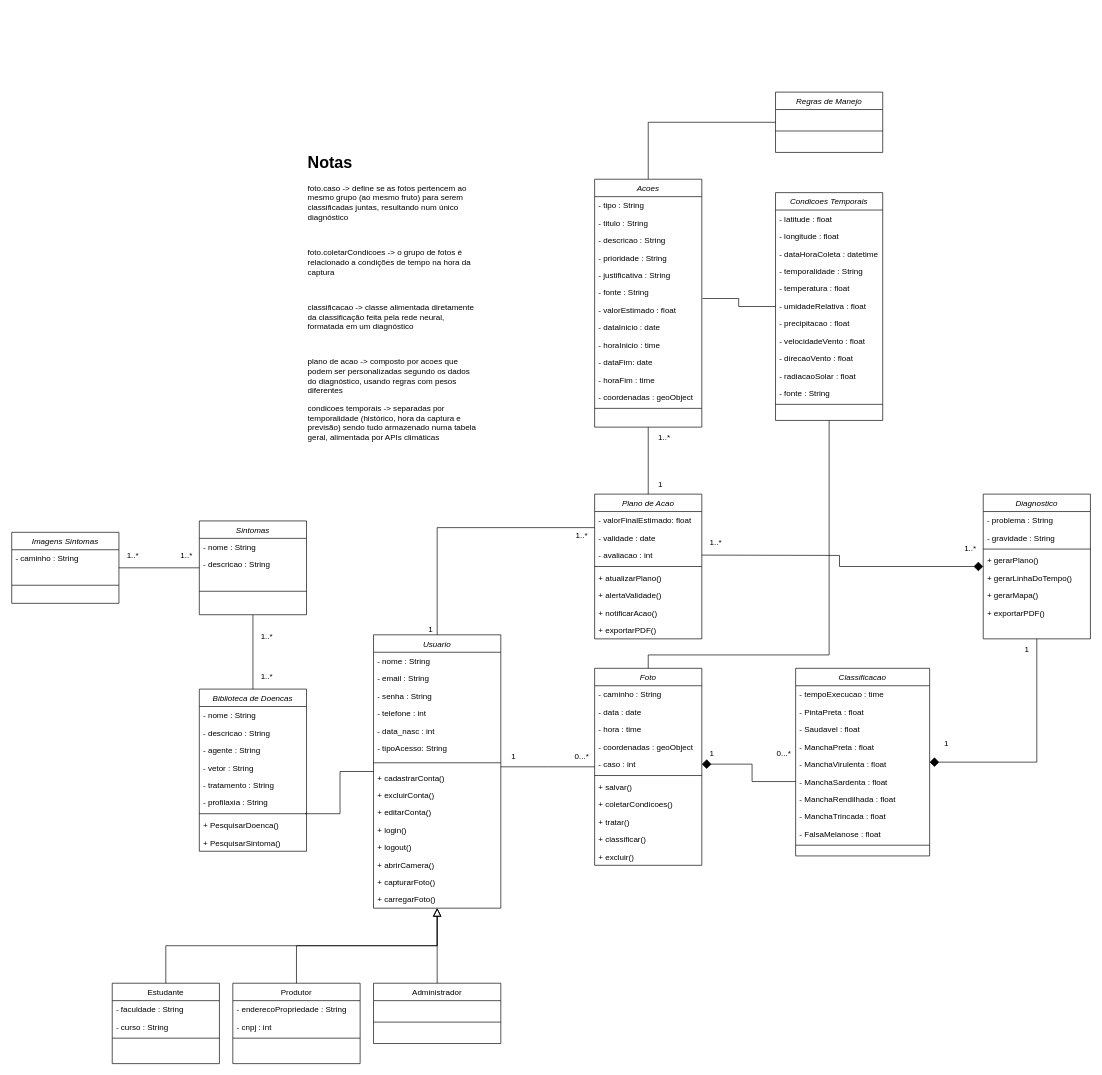
Earlier version of the draw.io diagram uml/classes_blackspot.drawio (guilhermexmada/pi-ponskan). Source tidied: cells renumbered, new cells numbered last; positions are measured from the earlier drawing's top-left corner, leaving out a move shared by most shapes. Both pictures are drawn from the tidied source at 67%, with x=0, y=0 at pixel (11, 92).
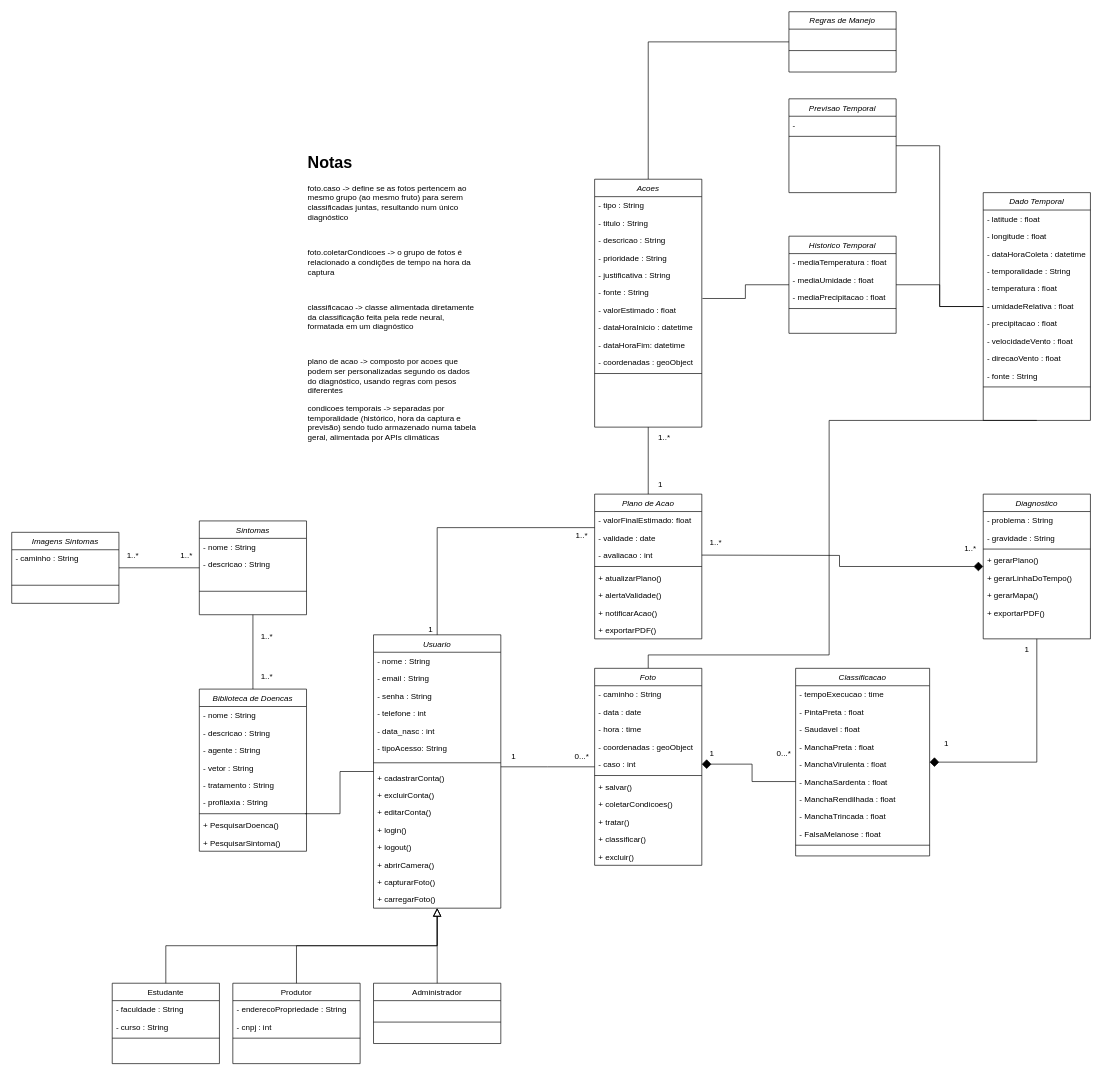
The same diagram, later.

The change refers to these unchanged cells:
```xml
<mxCell id="86" value="Acoes" style="swimlane;fontStyle=2;align=center;verticalAlign=top;horizontal=1;startSize=26;rounded=0;shadow=0;strokeWidth=1;" parent="1" vertex="1">
  <mxGeometry x="870" y="130" width="160" height="370" as="geometry" />
</mxCell>
<mxCell id="92" value="- fonte : String" style="text;align=left;verticalAlign=top;spacingLeft=4;spacingRight=4;overflow=hidden;points=[[0,0.5],[1,0.5]];portConstraint=eastwest;" parent="86" vertex="1">
  <mxGeometry y="156" width="160" height="26" as="geometry" />
</mxCell>
```

Diff of the diagram source:
```diff
@@
-    <mxCell id="94" value="- dataInicio : date" style="text;align=left;verticalAlign=top;spacingLeft=4;spacingRight=4;overflow=hidden;" parent="86" vertex="1">
+    <mxCell id="94" value="- dataHoraInicio : datetime" style="text;align=left;verticalAlign=top;spacingLeft=4;spacingRight=4;overflow=hidden;" parent="86" vertex="1">
       <mxGeometry y="208" width="160" height="26" as="geometry" />
     </mxCell>
-    <mxCell id="95" value="- horaInicio : time" style="text;align=left;verticalAlign=top;spacingLeft=4;spacingRight=4;overflow=hidden;" parent="86" vertex="1">
-      <mxGeometry y="234" width="160" height="26" as="geometry" />
-    </mxCell>
-    <mxCell id="96" value="- dataFim: date" style="text;align=left;verticalAlign=top;spacingLeft=4;spacingRight=4;overflow=hidden;" parent="86" vertex="1">
-      <mxGeometry y="260" width="160" height="26" as="geometry" />
+    <mxCell id="96" value="- dataHoraFim: datetime" style="text;align=left;verticalAlign=top;spacingLeft=4;spacingRight=4;overflow=hidden;" parent="86" vertex="1">
+      <mxGeometry y="234" width="160" height="26" as="geometry" />
     </mxCell>
-    <mxCell id="97" value="- horaFim : time" style="text;align=left;verticalAlign=top;spacingLeft=4;spacingRight=4;overflow=hidden;" parent="86" vertex="1">
-      <mxGeometry y="286" width="160" height="26" as="geometry" />
-    </mxCell>
     <mxCell id="98" value="- coordenadas : geoObject" style="text;align=left;verticalAlign=top;spacingLeft=4;spacingRight=4;overflow=hidden;" parent="86" vertex="1">
-      <mxGeometry y="312" width="160" height="26" as="geometry" />
+      <mxGeometry y="260" width="160" height="26" as="geometry" />
     </mxCell>
     <mxCell id="99" style="line;html=1;strokeWidth=1;align=left;verticalAlign=middle;spacingTop=-1;spacingLeft=3;spacingRight=3;labelPosition=right;" parent="86" vertex="1">
-      <mxGeometry y="338" width="160" height="8" as="geometry" />
+      <mxGeometry y="286" width="160" height="8" as="geometry" />
     </mxCell>
+    <mxCell id="146" style="edgeStyle=orthogonalEdgeStyle;rounded=0;jettySize=auto;html=1;endArrow=none;endFill=0;" parent="1" edge="1" source="100" target="153">
+      <mxGeometry relative="1" as="geometry" />
+    </mxCell>
-    <mxCell id="100" value="Condicoes Temporais" style="swimlane;fontStyle=2;align=center;verticalAlign=top;horizontal=1;startSize=26;rounded=0;shadow=0;strokeWidth=1;" parent="1" vertex="1">
-      <mxGeometry x="1140" y="150" width="160" height="340" as="geometry" />
+    <mxCell id="100" value="Dado Temporal" style="swimlane;fontStyle=2;align=center;verticalAlign=top;horizontal=1;startSize=26;rounded=0;shadow=0;strokeWidth=1;" parent="1" vertex="1">
+      <mxGeometry x="1450" y="150" width="160" height="340" as="geometry" />
     </mxCell>
@@
-    <mxCell id="110" value="- radiacaoSolar : float" style="text;align=left;verticalAlign=top;spacingLeft=4;spacingRight=4;overflow=hidden;" parent="100" vertex="1">
-      <mxGeometry y="260" width="160" height="26" as="geometry" />
-    </mxCell>
     <mxCell id="111" value="- fonte : String" style="text;align=left;verticalAlign=top;spacingLeft=4;spacingRight=4;overflow=hidden;" parent="100" vertex="1">
-      <mxGeometry y="286" width="160" height="26" as="geometry" />
+      <mxGeometry y="260" width="160" height="26" as="geometry" />
     </mxCell>
     <mxCell id="112" style="line;html=1;strokeWidth=1;align=left;verticalAlign=middle;spacingTop=-1;spacingLeft=3;spacingRight=3;labelPosition=right;" parent="100" vertex="1">
-      <mxGeometry y="312" width="160" height="8" as="geometry" />
+      <mxGeometry y="286" width="160" height="8" as="geometry" />
     </mxCell>
-    <mxCell id="113" style="edgeStyle=orthogonalEdgeStyle;rounded=0;jettySize=auto;html=1;entryX=1.006;entryY=0.846;entryDx=0;entryDy=0;entryPerimeter=0;endArrow=none;endFill=0;" parent="1" edge="1" source="100" target="92">
+    <mxCell id="113" style="edgeStyle=orthogonalEdgeStyle;rounded=0;jettySize=auto;html=1;entryX=1.006;entryY=0.846;entryDx=0;entryDy=0;entryPerimeter=0;endArrow=none;endFill=0;" parent="1" edge="1" source="148" target="92">
       <mxGeometry relative="1" as="geometry" />
     </mxCell>
@@
     <mxCell id="116" value="Regras de Manejo" style="swimlane;fontStyle=2;align=center;verticalAlign=top;horizontal=1;startSize=26;rounded=0;shadow=0;strokeWidth=1;" parent="1" vertex="1">
-      <mxGeometry x="1140" width="160" height="90" as="geometry" />
+      <mxGeometry x="1160" y="-120" width="160" height="90" as="geometry" />
     </mxCell>
@@
+    <mxCell id="147" style="edgeStyle=orthogonalEdgeStyle;rounded=0;jettySize=auto;html=1;endArrow=none;endFill=0;" parent="1" edge="1" source="148" target="100">
+      <mxGeometry relative="1" as="geometry" />
+    </mxCell>
+    <mxCell id="148" value="Historico Temporal" style="swimlane;fontStyle=2;align=center;verticalAlign=top;horizontal=1;startSize=26;rounded=0;shadow=0;strokeWidth=1;" parent="1" vertex="1">
+      <mxGeometry x="1160" y="215" width="160" height="145" as="geometry" />
+    </mxCell>
+    <mxCell id="149" value="- mediaTemperatura : float" style="text;align=left;verticalAlign=top;spacingLeft=4;spacingRight=4;overflow=hidden;" parent="148" vertex="1">
+      <mxGeometry y="26" width="160" height="26" as="geometry" />
+    </mxCell>
+    <mxCell id="150" value="- mediaUmidade : float" style="text;align=left;verticalAlign=top;spacingLeft=4;spacingRight=4;overflow=hidden;" parent="148" vertex="1">
+      <mxGeometry y="52" width="160" height="26" as="geometry" />
+    </mxCell>
+    <mxCell id="151" value="- mediaPrecipitacao : float" style="text;align=left;verticalAlign=top;spacingLeft=4;spacingRight=4;overflow=hidden;" parent="148" vertex="1">
+      <mxGeometry y="78" width="160" height="26" as="geometry" />
+    </mxCell>
+    <mxCell id="152" style="line;html=1;strokeWidth=1;align=left;verticalAlign=middle;spacingTop=-1;spacingLeft=3;spacingRight=3;labelPosition=right;" parent="148" vertex="1">
+      <mxGeometry y="104" width="160" height="8" as="geometry" />
+    </mxCell>
+    <mxCell id="153" value="Previsao Temporal" style="swimlane;fontStyle=2;align=center;verticalAlign=top;horizontal=1;startSize=26;rounded=0;shadow=0;strokeWidth=1;" parent="1" vertex="1">
+      <mxGeometry x="1160" y="10" width="160" height="140" as="geometry" />
+    </mxCell>
+    <mxCell id="154" value="-" style="text;align=left;verticalAlign=top;spacingLeft=4;spacingRight=4;overflow=hidden;" parent="153" vertex="1">
+      <mxGeometry y="26" width="160" height="26" as="geometry" />
+    </mxCell>
+    <mxCell id="155" style="line;html=1;strokeWidth=1;align=left;verticalAlign=middle;spacingTop=-1;spacingLeft=3;spacingRight=3;labelPosition=right;" parent="153" vertex="1">
+      <mxGeometry y="52" width="160" height="8" as="geometry" />
+    </mxCell>
```
